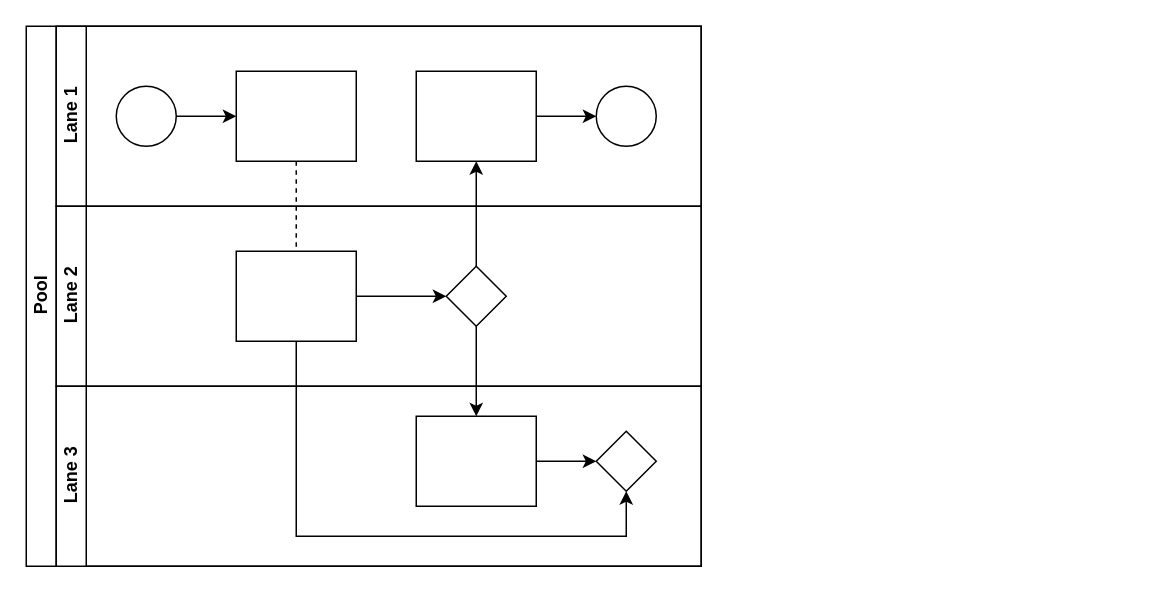
Above: StudentAdmission_Workflow.drawio in el-blmnt/Workflows (draw.io), before the change. Source tidied: cells renumbered, new cells numbered last; positions are measured from the earlier drawing's top-left corner, leaving out a move shared by most shapes. Both pictures are drawn from the tidied source at 150%, with x=0, y=0 at pixel (26, 26).
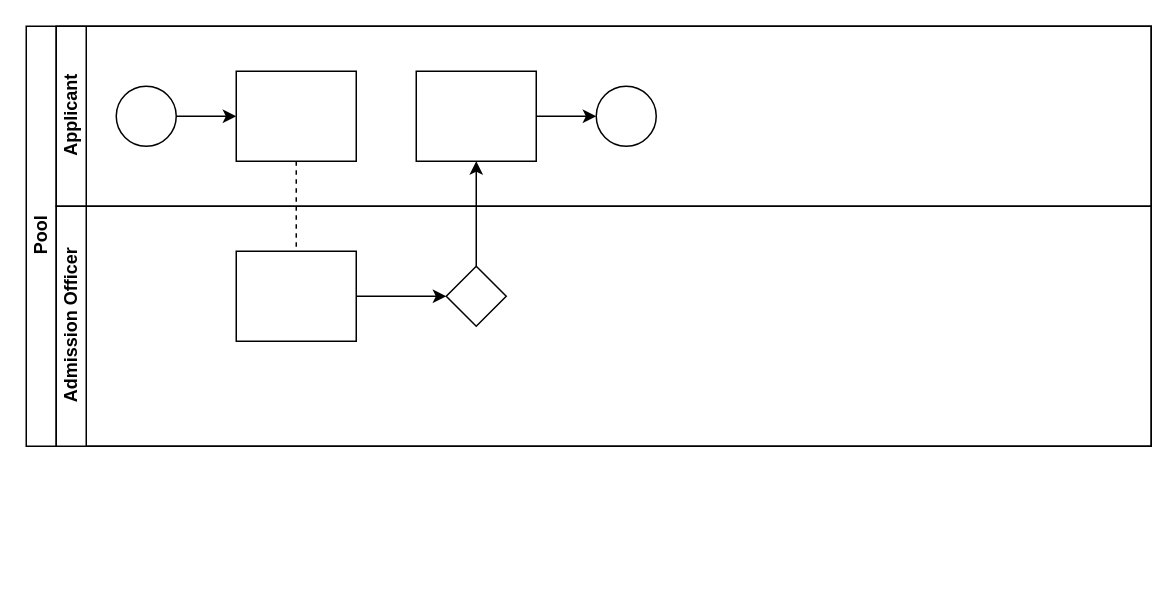
The same diagram, later.

The change refers to these unchanged cells:
```xml
<mxCell id="16" style="rounded=0;whiteSpace=wrap;html=1;fontFamily=Helvetica;fontSize=12;fontColor=#000000;align=center;" parent="14" vertex="1">
  <mxGeometry x="120" y="30" width="80" height="60" as="geometry" />
</mxCell>
<mxCell id="17" style="rhombus;whiteSpace=wrap;html=1;fontFamily=Helvetica;fontSize=12;fontColor=#000000;align=center;" parent="14" vertex="1">
  <mxGeometry x="260" y="40" width="40" height="40" as="geometry" />
</mxCell>
```

Diff of the diagram source:
```diff
@@
     <mxCell id="2" value="Pool" style="swimlane;html=1;horizontal=0;startSize=20;" parent="1" vertex="1">
-      <mxGeometry width="450" height="360" as="geometry" />
+      <mxGeometry width="750" height="280" as="geometry" />
     </mxCell>
@@
-    <mxCell id="5" style="edgeStyle=orthogonalEdgeStyle;rounded=0;jettySize=auto;html=1;endArrow=classic;endFill=1;" parent="2" edge="1" source="17" target="20">
-      <mxGeometry relative="1" as="geometry" />
-    </mxCell>
-    <mxCell id="6" style="edgeStyle=orthogonalEdgeStyle;rounded=0;jettySize=auto;html=1;endArrow=classic;endFill=1;" parent="2" edge="1" source="16" target="21">
-      <mxGeometry relative="1" as="geometry">
-        <Array as="points">
-          <mxPoint x="180" y="340" />
-          <mxPoint x="400" y="340" />
-        </Array>
-      </mxGeometry>
-    </mxCell>
-    <mxCell id="7" value="Lane 1" style="swimlane;html=1;startSize=20;horizontal=0;" parent="2" vertex="1">
-      <mxGeometry x="20" width="430" height="120" as="geometry" />
+    <mxCell id="7" value="Applicant" style="swimlane;html=1;startSize=20;horizontal=0;" parent="2" vertex="1">
+      <mxGeometry x="20" width="730" height="120" as="geometry" />
     </mxCell>
@@
-    <mxCell id="14" value="Lane 2" style="swimlane;html=1;startSize=20;horizontal=0;" parent="2" vertex="1">
-      <mxGeometry x="20" y="120" width="430" height="120" as="geometry" />
+    <mxCell id="14" value="Admission Officer" style="swimlane;html=1;startSize=20;horizontal=0;" parent="2" vertex="1">
+      <mxGeometry x="20" y="120" width="730" height="160" as="geometry" />
     </mxCell>
@@
-    <mxCell id="18" value="Lane 3" style="swimlane;html=1;startSize=20;horizontal=0;" parent="2" vertex="1">
-      <mxGeometry x="20" y="240" width="430" height="120" as="geometry" />
-    </mxCell>
-    <mxCell id="19" style="edgeStyle=orthogonalEdgeStyle;rounded=0;jettySize=auto;html=1;endArrow=classic;endFill=1;" parent="18" edge="1" source="20" target="21">
-      <mxGeometry relative="1" as="geometry" />
-    </mxCell>
-    <mxCell id="20" style="rounded=0;whiteSpace=wrap;html=1;fontFamily=Helvetica;fontSize=12;fontColor=#000000;align=center;" parent="18" vertex="1">
-      <mxGeometry x="240" y="20" width="80" height="60" as="geometry" />
-    </mxCell>
-    <mxCell id="21" style="rhombus;whiteSpace=wrap;html=1;fontFamily=Helvetica;fontSize=12;fontColor=#000000;align=center;" parent="18" vertex="1">
-      <mxGeometry x="360" y="30" width="40" height="40" as="geometry" />
-    </mxCell>
```
